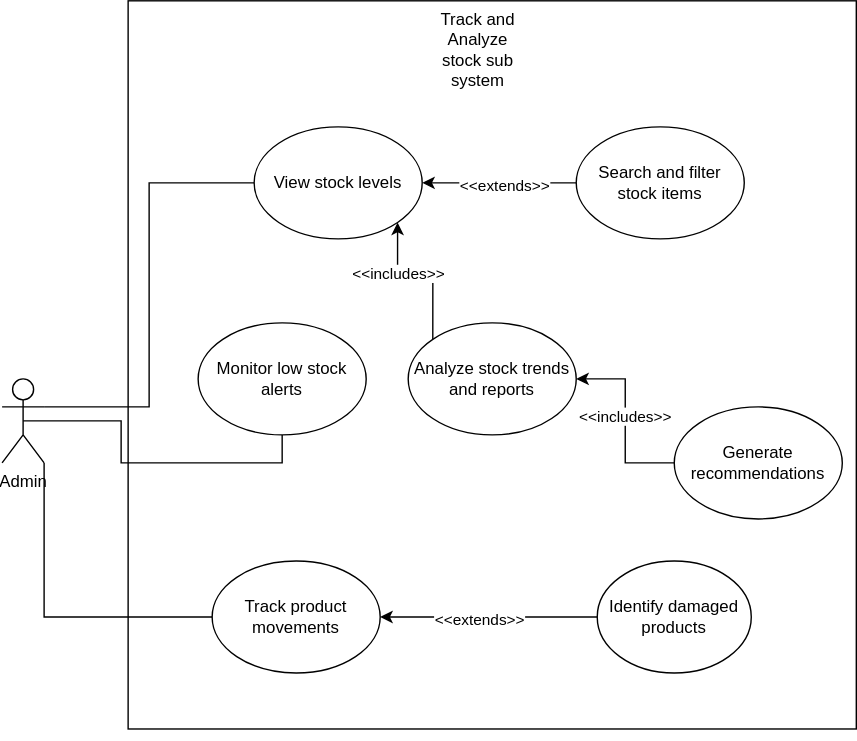
Earlier version of the draw.io export usecase.svg (Simamkele88/IFM3_GP). Source tidied: cells renumbered, new cells last; positions are measured from the earlier drawing's top-left corner, leaving out a move shared by most shapes.
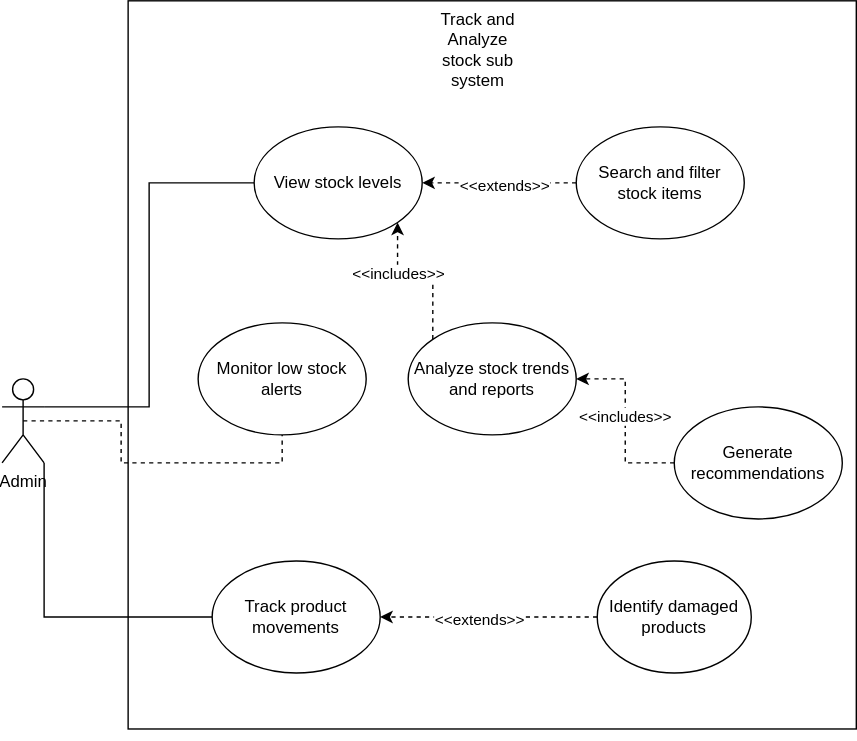
After the commit.

What changed in the source:
```diff
@@ -8,7 +8,7 @@
     <mxCell id="3" style="edgeStyle=orthogonalEdgeStyle;rounded=0;jettySize=auto;html=1;exitX=1;exitY=0.3333333333333333;exitDx=0;exitDy=0;exitPerimeter=0;entryX=0;entryY=0.5;entryDx=0;entryDy=0;endArrow=none;startFill=0;" parent="1" edge="1" source="5" target="6">
       <mxGeometry relative="1" as="geometry" />
     </mxCell>
-    <mxCell id="4" style="edgeStyle=orthogonalEdgeStyle;rounded=0;jettySize=auto;html=1;exitX=0.5;exitY=0.5;exitDx=0;exitDy=0;exitPerimeter=0;entryX=0.5;entryY=1;entryDx=0;entryDy=0;endArrow=none;startFill=0;" parent="1" edge="1" source="5" target="10">
+    <mxCell id="4" style="edgeStyle=orthogonalEdgeStyle;rounded=0;jettySize=auto;html=1;exitX=0.5;exitY=0.5;exitDx=0;exitDy=0;exitPerimeter=0;entryX=0.5;entryY=1;entryDx=0;entryDy=0;endArrow=none;startFill=0;dashed=1;" parent="1" edge="1" source="5" target="10">
       <mxGeometry relative="1" as="geometry" />
     </mxCell>
     <mxCell id="5" value="Admin" style="shape=umlActor;verticalLabelPosition=bottom;verticalAlign=top;html=1;outlineConnect=0;" parent="1" vertex="1">
@@ -17,7 +17,7 @@
     <mxCell id="6" value="View stock levels" style="ellipse;whiteSpace=wrap;html=1;" parent="1" vertex="1">
       <mxGeometry x="180" y="90" width="120" height="80" as="geometry" />
     </mxCell>
-    <mxCell id="7" style="edgeStyle=orthogonalEdgeStyle;rounded=0;jettySize=auto;html=1;exitX=0;exitY=0.5;exitDx=0;exitDy=0;entryX=1;entryY=0.5;entryDx=0;entryDy=0;" parent="1" edge="1" source="9" target="6">
+    <mxCell id="7" style="edgeStyle=orthogonalEdgeStyle;rounded=0;jettySize=auto;html=1;exitX=0;exitY=0.5;exitDx=0;exitDy=0;entryX=1;entryY=0.5;entryDx=0;entryDy=0;dashed=1;" parent="1" edge="1" source="9" target="6">
       <mxGeometry relative="1" as="geometry" />
     </mxCell>
     <mxCell id="8" value="&amp;lt;&amp;lt;extends&amp;gt;&amp;gt;" style="edgeLabel;html=1;align=center;verticalAlign=middle;" parent="7" vertex="1">
@@ -32,7 +32,7 @@
     <mxCell id="11" value="Track product movements" style="ellipse;whiteSpace=wrap;html=1;" parent="1" vertex="1">
       <mxGeometry x="150" y="400" width="120" height="80" as="geometry" />
     </mxCell>
-    <mxCell id="12" style="edgeStyle=orthogonalEdgeStyle;rounded=0;jettySize=auto;html=1;entryX=1;entryY=0.5;entryDx=0;entryDy=0;" parent="1" edge="1" source="14" target="11">
+    <mxCell id="12" style="edgeStyle=orthogonalEdgeStyle;rounded=0;jettySize=auto;html=1;entryX=1;entryY=0.5;entryDx=0;entryDy=0;dashed=1;" parent="1" edge="1" source="14" target="11">
       <mxGeometry relative="1" as="geometry" />
     </mxCell>
     <mxCell id="13" value="&amp;lt;&amp;lt;extends&amp;gt;&amp;gt;" style="edgeLabel;html=1;align=center;verticalAlign=middle;" parent="12" vertex="1">
@@ -41,7 +41,7 @@
     <mxCell id="14" value="Identify damaged products" style="ellipse;whiteSpace=wrap;html=1;" parent="1" vertex="1">
       <mxGeometry x="425" y="400" width="110" height="80" as="geometry" />
     </mxCell>
-    <mxCell id="15" style="edgeStyle=orthogonalEdgeStyle;rounded=0;jettySize=auto;html=1;" parent="1" edge="1" source="17" target="21">
+    <mxCell id="15" style="edgeStyle=orthogonalEdgeStyle;rounded=0;jettySize=auto;html=1;dashed=1;" parent="1" edge="1" source="17" target="21">
       <mxGeometry relative="1" as="geometry" />
     </mxCell>
     <mxCell id="16" value="&amp;lt;&amp;lt;includes&amp;gt;&amp;gt;" style="edgeLabel;html=1;align=center;verticalAlign=middle;" parent="15" vertex="1">
@@ -53,7 +53,7 @@
     <mxCell id="18" value="&lt;div&gt;Track and Analyze stock sub system&lt;/div&gt;" style="text;html=1;align=center;verticalAlign=middle;whiteSpace=wrap;rounded=0;" parent="1" vertex="1">
       <mxGeometry x="310" y="20" width="60" height="30" as="geometry" />
     </mxCell>
-    <mxCell id="19" style="edgeStyle=orthogonalEdgeStyle;rounded=0;jettySize=auto;html=1;exitX=0;exitY=0;exitDx=0;exitDy=0;entryX=1;entryY=1;entryDx=0;entryDy=0;" parent="1" edge="1" source="21" target="6">
+    <mxCell id="19" style="edgeStyle=orthogonalEdgeStyle;rounded=0;jettySize=auto;html=1;exitX=0;exitY=0;exitDx=0;exitDy=0;entryX=1;entryY=1;entryDx=0;entryDy=0;dashed=1;" parent="1" edge="1" source="21" target="6">
       <mxGeometry relative="1" as="geometry" />
     </mxCell>
     <mxCell id="20" value="&amp;lt;&amp;lt;includes&amp;gt;&amp;gt;" style="edgeLabel;html=1;align=center;verticalAlign=middle;" parent="19" vertex="1">
```
